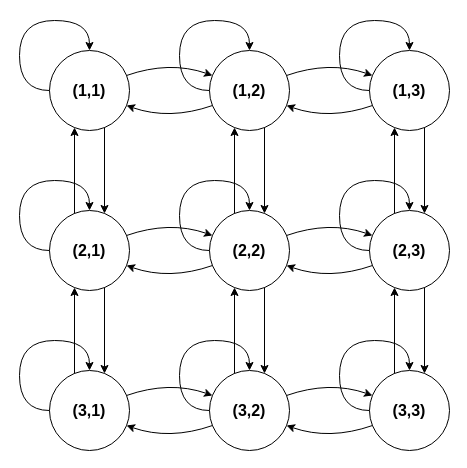
This is page "Page-1" (1 of 3) of MDP.drawio from melmirasol/Case-Problem-6.2, a draw.io file, before an edit. Source tidied: cells renumbered, new cells numbered last; positions are measured from the earlier drawing's top-left corner, leaving out a move shared by most shapes. Both pictures are drawn from the tidied source at 100%, with x=0, y=0 at pixel (19, 20).
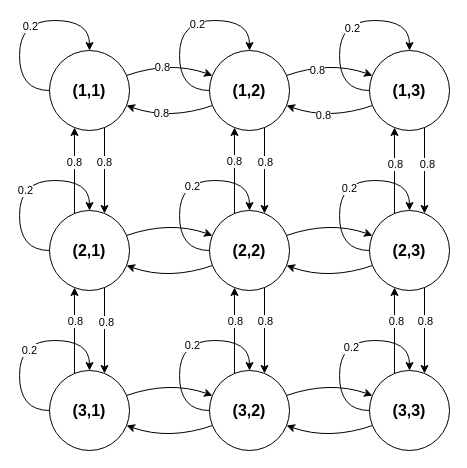
After the change.

Unchanged cells that the change refers to:
```xml
<mxCell id="5" style="endArrow=classic;html=1;rounded=0;curved=1;exitX=0.9625;exitY=0.3125;exitDx=0;exitDy=0;exitPerimeter=0;entryX=0.0375;entryY=0.3125;entryDx=0;entryDy=0;entryPerimeter=0;" parent="1" edge="1" source="2" target="3">
  <mxGeometry relative="1" as="geometry">
    <Array as="points">
      <mxPoint x="150" y="40" />
    </Array>
  </mxGeometry>
</mxCell>
<mxCell id="6" style="endArrow=classic;html=1;rounded=0;curved=1;entryX=0.9625;entryY=0.6875;entryDx=0;entryDy=0;entryPerimeter=0;exitX=0.0375;exitY=0.6875;exitDx=0;exitDy=0;exitPerimeter=0;" parent="1" edge="1" source="3" target="2">
  <mxGeometry relative="1" as="geometry">
    <Array as="points">
      <mxPoint x="150" y="100" />
    </Array>
  </mxGeometry>
</mxCell>
<mxCell id="7" style="endArrow=classic;html=1;rounded=0;curved=1;exitX=0.9625;exitY=0.3125;exitDx=0;exitDy=0;exitPerimeter=0;entryX=0.0375;entryY=0.3125;entryDx=0;entryDy=0;entryPerimeter=0;" parent="1" edge="1" source="3" target="4">
  <mxGeometry relative="1" as="geometry">
    <Array as="points">
      <mxPoint x="310" y="40" />
    </Array>
  </mxGeometry>
</mxCell>
<mxCell id="8" style="endArrow=classic;html=1;rounded=0;curved=1;entryX=0.9625;entryY=0.6875;entryDx=0;entryDy=0;entryPerimeter=0;exitX=0.0375;exitY=0.6875;exitDx=0;exitDy=0;exitPerimeter=0;" parent="1" edge="1" source="4" target="3">
  <mxGeometry relative="1" as="geometry">
    <Array as="points">
      <mxPoint x="310" y="100" />
    </Array>
  </mxGeometry>
</mxCell>
<mxCell id="16" style="endArrow=classic;html=1;rounded=0;entryX=0.3125;entryY=0.9625;entryDx=0;entryDy=0;entryPerimeter=0;exitX=0.3125;exitY=0.0375;exitDx=0;exitDy=0;exitPerimeter=0;" parent="1" edge="1" source="10" target="3">
  <mxGeometry relative="1" as="geometry" />
</mxCell>
<mxCell id="17" style="endArrow=classic;html=1;rounded=0;entryX=0.6875;entryY=0.0375;entryDx=0;entryDy=0;entryPerimeter=0;exitX=0.6875;exitY=0.9625;exitDx=0;exitDy=0;exitPerimeter=0;" parent="1" edge="1" source="3" target="10">
  <mxGeometry relative="1" as="geometry" />
</mxCell>
<mxCell id="18" style="endArrow=classic;html=1;rounded=0;entryX=0.3125;entryY=0.9625;entryDx=0;entryDy=0;entryPerimeter=0;exitX=0.3125;exitY=0.0375;exitDx=0;exitDy=0;exitPerimeter=0;" parent="1" edge="1" source="9" target="2">
  <mxGeometry relative="1" as="geometry" />
</mxCell>
<mxCell id="19" style="endArrow=classic;html=1;rounded=0;entryX=0.6875;entryY=0.0375;entryDx=0;entryDy=0;entryPerimeter=0;exitX=0.6875;exitY=0.9625;exitDx=0;exitDy=0;exitPerimeter=0;" parent="1" edge="1" source="2" target="9">
  <mxGeometry relative="1" as="geometry" />
</mxCell>
<mxCell id="20" style="endArrow=classic;html=1;rounded=0;entryX=0.3125;entryY=0.9625;entryDx=0;entryDy=0;entryPerimeter=0;exitX=0.3125;exitY=0.0375;exitDx=0;exitDy=0;exitPerimeter=0;" parent="1" edge="1" source="11" target="4">
  <mxGeometry relative="1" as="geometry" />
</mxCell>
<mxCell id="21" style="endArrow=classic;html=1;rounded=0;entryX=0.6875;entryY=0.0375;entryDx=0;entryDy=0;entryPerimeter=0;exitX=0.6875;exitY=0.9625;exitDx=0;exitDy=0;exitPerimeter=0;" parent="1" edge="1" source="4" target="11">
  <mxGeometry relative="1" as="geometry" />
</mxCell>
<mxCell id="29" style="endArrow=classic;html=1;rounded=0;entryX=0.3125;entryY=0.9625;entryDx=0;entryDy=0;entryPerimeter=0;exitX=0.3125;exitY=0.0375;exitDx=0;exitDy=0;exitPerimeter=0;" parent="1" edge="1" source="23" target="10">
  <mxGeometry relative="1" as="geometry" />
</mxCell>
<mxCell id="30" style="endArrow=classic;html=1;rounded=0;entryX=0.6875;entryY=0.0375;entryDx=0;entryDy=0;entryPerimeter=0;exitX=0.6875;exitY=0.9625;exitDx=0;exitDy=0;exitPerimeter=0;" parent="1" edge="1" source="10" target="23">
  <mxGeometry relative="1" as="geometry" />
</mxCell>
<mxCell id="31" style="endArrow=classic;html=1;rounded=0;entryX=0.3125;entryY=0.9625;entryDx=0;entryDy=0;entryPerimeter=0;exitX=0.3125;exitY=0.0375;exitDx=0;exitDy=0;exitPerimeter=0;" parent="1" edge="1" source="22" target="9">
  <mxGeometry relative="1" as="geometry" />
</mxCell>
<mxCell id="32" style="endArrow=classic;html=1;rounded=0;entryX=0.6875;entryY=0.0375;entryDx=0;entryDy=0;entryPerimeter=0;exitX=0.6875;exitY=0.9625;exitDx=0;exitDy=0;exitPerimeter=0;" parent="1" edge="1" source="9" target="22">
  <mxGeometry relative="1" as="geometry" />
</mxCell>
<mxCell id="33" style="endArrow=classic;html=1;rounded=0;entryX=0.3125;entryY=0.9625;entryDx=0;entryDy=0;entryPerimeter=0;exitX=0.3125;exitY=0.0375;exitDx=0;exitDy=0;exitPerimeter=0;" parent="1" edge="1" source="24" target="11">
  <mxGeometry relative="1" as="geometry" />
</mxCell>
<mxCell id="34" style="endArrow=classic;html=1;rounded=0;entryX=0.6875;entryY=0.0375;entryDx=0;entryDy=0;entryPerimeter=0;exitX=0.6875;exitY=0.9625;exitDx=0;exitDy=0;exitPerimeter=0;" parent="1" edge="1" source="11" target="24">
  <mxGeometry relative="1" as="geometry" />
</mxCell>
<mxCell id="35" style="endArrow=classic;html=1;rounded=0;exitX=0;exitY=0.5;exitDx=0;exitDy=0;exitPerimeter=0;entryX=0.5;entryY=0;entryDx=0;entryDy=0;entryPerimeter=0;curved=1;edgeStyle=orthogonalEdgeStyle;innerLoopWaypoints=1;" parent="1" edge="1" source="2" target="2">
  <mxGeometry relative="1" as="geometry">
    <Array as="points">
      <mxPoint y="70" />
      <mxPoint />
      <mxPoint x="70" />
    </Array>
  </mxGeometry>
</mxCell>
<mxCell id="36" style="endArrow=classic;html=1;rounded=0;exitX=0;exitY=0.5;exitDx=0;exitDy=0;exitPerimeter=0;entryX=0.5;entryY=0;entryDx=0;entryDy=0;entryPerimeter=0;curved=1;edgeStyle=orthogonalEdgeStyle;innerLoopWaypoints=1;" parent="1" edge="1" source="3" target="3">
  <mxGeometry relative="1" as="geometry">
    <Array as="points">
      <mxPoint x="160" y="70" />
      <mxPoint x="160" />
      <mxPoint x="230" />
    </Array>
  </mxGeometry>
</mxCell>
<mxCell id="37" style="endArrow=classic;html=1;rounded=0;exitX=0;exitY=0.5;exitDx=0;exitDy=0;exitPerimeter=0;entryX=0.5;entryY=0;entryDx=0;entryDy=0;entryPerimeter=0;curved=1;edgeStyle=orthogonalEdgeStyle;innerLoopWaypoints=1;" parent="1" edge="1" source="4" target="4">
  <mxGeometry relative="1" as="geometry">
    <Array as="points">
      <mxPoint x="320" y="70" />
      <mxPoint x="320" />
      <mxPoint x="390" />
    </Array>
  </mxGeometry>
</mxCell>
<mxCell id="38" style="endArrow=classic;html=1;rounded=0;exitX=0;exitY=0.5;exitDx=0;exitDy=0;exitPerimeter=0;entryX=0.5;entryY=0;entryDx=0;entryDy=0;entryPerimeter=0;curved=1;edgeStyle=orthogonalEdgeStyle;innerLoopWaypoints=1;" parent="1" edge="1" source="11" target="11">
  <mxGeometry relative="1" as="geometry">
    <Array as="points">
      <mxPoint x="320" y="230" />
      <mxPoint x="320" y="160" />
      <mxPoint x="390" y="160" />
    </Array>
  </mxGeometry>
</mxCell>
<mxCell id="39" style="endArrow=classic;html=1;rounded=0;exitX=0;exitY=0.5;exitDx=0;exitDy=0;exitPerimeter=0;entryX=0.5;entryY=0;entryDx=0;entryDy=0;entryPerimeter=0;curved=1;edgeStyle=orthogonalEdgeStyle;innerLoopWaypoints=1;" parent="1" edge="1" source="10" target="10">
  <mxGeometry relative="1" as="geometry">
    <Array as="points">
      <mxPoint x="160" y="230" />
      <mxPoint x="160" y="160" />
      <mxPoint x="230" y="160" />
    </Array>
  </mxGeometry>
</mxCell>
<mxCell id="40" style="endArrow=classic;html=1;rounded=0;exitX=0;exitY=0.5;exitDx=0;exitDy=0;exitPerimeter=0;entryX=0.5;entryY=0;entryDx=0;entryDy=0;entryPerimeter=0;curved=1;edgeStyle=orthogonalEdgeStyle;innerLoopWaypoints=1;" parent="1" edge="1" source="9" target="9">
  <mxGeometry relative="1" as="geometry">
    <Array as="points">
      <mxPoint y="230" />
      <mxPoint y="160" />
      <mxPoint x="70" y="160" />
    </Array>
  </mxGeometry>
</mxCell>
<mxCell id="41" style="endArrow=classic;html=1;rounded=0;exitX=0;exitY=0.5;exitDx=0;exitDy=0;exitPerimeter=0;entryX=0.5;entryY=0;entryDx=0;entryDy=0;entryPerimeter=0;curved=1;edgeStyle=orthogonalEdgeStyle;innerLoopWaypoints=1;" parent="1" edge="1" source="22" target="22">
  <mxGeometry relative="1" as="geometry">
    <Array as="points">
      <mxPoint y="390" />
      <mxPoint y="320" />
      <mxPoint x="70" y="320" />
    </Array>
  </mxGeometry>
</mxCell>
<mxCell id="42" style="endArrow=classic;html=1;rounded=0;exitX=0;exitY=0.5;exitDx=0;exitDy=0;exitPerimeter=0;entryX=0.5;entryY=0;entryDx=0;entryDy=0;entryPerimeter=0;curved=1;edgeStyle=orthogonalEdgeStyle;innerLoopWaypoints=1;" parent="1" edge="1" target="23">
  <mxGeometry relative="1" as="geometry">
    <mxPoint x="190" y="390" as="sourcePoint" />
    <Array as="points">
      <mxPoint x="160" y="390" />
      <mxPoint x="160" y="320" />
      <mxPoint x="230" y="320" />
    </Array>
  </mxGeometry>
</mxCell>
<mxCell id="43" style="endArrow=classic;html=1;rounded=0;exitX=0;exitY=0.5;exitDx=0;exitDy=0;exitPerimeter=0;curved=1;edgeStyle=orthogonalEdgeStyle;innerLoopWaypoints=1;" parent="1" edge="1">
  <mxGeometry relative="1" as="geometry">
    <mxPoint x="350" y="390" as="sourcePoint" />
    <mxPoint x="390" y="350" as="targetPoint" />
    <Array as="points">
      <mxPoint x="320" y="390" />
      <mxPoint x="320" y="320" />
      <mxPoint x="390" y="320" />
    </Array>
  </mxGeometry>
</mxCell>
```

What changed in the source:
```diff
@@
+    <mxCell id="44" value="0.8" style="edgeLabel;html=1;align=center;verticalAlign=middle;" parent="5" vertex="1">
+      <mxGeometry x="-0.2" y="-4" relative="1" as="geometry" />
+    </mxCell>
@@
+    <mxCell id="45" value="0.8" style="edgeLabel;html=1;align=center;verticalAlign=middle;" parent="6" vertex="1">
+      <mxGeometry x="0.24" y="-4" relative="1" as="geometry" />
+    </mxCell>
@@
+    <mxCell id="46" value="0.8" style="edgeLabel;html=1;align=center;verticalAlign=middle;" parent="7" vertex="1">
+      <mxGeometry x="-0.33" y="-5" relative="1" as="geometry" />
+    </mxCell>
@@
+    <mxCell id="47" value="0.8" style="edgeLabel;html=1;align=center;verticalAlign=middle;" parent="8" vertex="1">
+      <mxGeometry x="0.18" y="-3" relative="1" as="geometry" />
+    </mxCell>
@@
+    <mxCell id="48" value="0.8" style="edgeLabel;html=1;align=center;verticalAlign=middle;" parent="16" vertex="1">
+      <mxGeometry x="0.12" y="1" relative="1" as="geometry">
+        <mxPoint y="-5" as="offset" />
+      </mxGeometry>
+    </mxCell>
@@
+    <mxCell id="49" value="0.8" style="edgeLabel;html=1;align=center;verticalAlign=middle;" parent="17" vertex="1">
+      <mxGeometry x="-0.2" relative="1" as="geometry" />
+    </mxCell>
@@
+    <mxCell id="50" value="0.8" style="edgeLabel;html=1;align=center;verticalAlign=middle;" parent="18" vertex="1">
+      <mxGeometry x="0.2" y="1" relative="1" as="geometry" />
+    </mxCell>
@@
+    <mxCell id="51" value="0.8" style="edgeLabel;html=1;align=center;verticalAlign=middle;" parent="19" vertex="1">
+      <mxGeometry x="-0.21" y="-1" relative="1" as="geometry" />
+    </mxCell>
@@
+    <mxCell id="52" value="0.8" style="edgeLabel;html=1;align=center;verticalAlign=middle;" parent="20" vertex="1">
+      <mxGeometry x="0.16" relative="1" as="geometry" />
+    </mxCell>
@@
+    <mxCell id="53" value="0.8" style="edgeLabel;html=1;align=center;verticalAlign=middle;" parent="21" vertex="1">
+      <mxGeometry x="-0.16" y="2" relative="1" as="geometry" />
+    </mxCell>
@@
+    <mxCell id="54" value="0.8" style="edgeLabel;html=1;align=center;verticalAlign=middle;" parent="29" vertex="1">
+      <mxGeometry x="0.24" relative="1" as="geometry" />
+    </mxCell>
@@
+    <mxCell id="55" value="0.8" style="edgeLabel;html=1;align=center;verticalAlign=middle;" parent="30" vertex="1">
+      <mxGeometry x="-0.23" relative="1" as="geometry" />
+    </mxCell>
@@
+    <mxCell id="56" value="0.8" style="edgeLabel;html=1;align=center;verticalAlign=middle;" parent="31" vertex="1">
+      <mxGeometry x="0.23" relative="1" as="geometry" />
+    </mxCell>
@@
+    <mxCell id="57" value="0.8" style="edgeLabel;html=1;align=center;verticalAlign=middle;" parent="32" vertex="1">
+      <mxGeometry x="-0.2" y="1" relative="1" as="geometry" />
+    </mxCell>
@@
+    <mxCell id="58" value="0.8" style="edgeLabel;html=1;align=center;verticalAlign=middle;" parent="33" vertex="1">
+      <mxGeometry x="0.23" y="-1" relative="1" as="geometry" />
+    </mxCell>
@@
+    <mxCell id="59" value="0.8" style="edgeLabel;html=1;align=center;verticalAlign=middle;" parent="34" vertex="1">
+      <mxGeometry x="-0.23" relative="1" as="geometry" />
+    </mxCell>
@@
+    <mxCell id="60" value="0.2" style="edgeLabel;html=1;align=center;verticalAlign=middle;" parent="35" vertex="1">
+      <mxGeometry x="0.1" y="-5" relative="1" as="geometry" />
+    </mxCell>
@@
+    <mxCell id="61" value="0.2" style="edgeLabel;html=1;align=center;verticalAlign=middle;" parent="36" vertex="1">
+      <mxGeometry x="0.17" y="-3" relative="1" as="geometry" />
+    </mxCell>
@@
+    <mxCell id="62" value="0.2" style="edgeLabel;html=1;align=center;verticalAlign=middle;" parent="37" vertex="1">
+      <mxGeometry x="0.12" y="-7" relative="1" as="geometry" />
+    </mxCell>
@@
+    <mxCell id="63" value="0.2" style="edgeLabel;html=1;align=center;verticalAlign=middle;" parent="38" vertex="1">
+      <mxGeometry x="0.09" y="-7" relative="1" as="geometry" />
+    </mxCell>
@@
+    <mxCell id="64" value="0.2" style="edgeLabel;html=1;align=center;verticalAlign=middle;" parent="39" vertex="1">
+      <mxGeometry x="0.12" y="-5" relative="1" as="geometry" />
+    </mxCell>
@@
+    <mxCell id="65" value="0.2" style="edgeLabel;html=1;align=center;verticalAlign=middle;" parent="40" vertex="1">
+      <mxGeometry x="-0.09" y="-5" relative="1" as="geometry" />
+    </mxCell>
@@
+    <mxCell id="66" value="0.2" style="edgeLabel;html=1;align=center;verticalAlign=middle;" parent="41" vertex="1">
+      <mxGeometry x="-0.09" y="-9" relative="1" as="geometry" />
+    </mxCell>
@@
+    <mxCell id="67" value="0.2" style="edgeLabel;html=1;align=center;verticalAlign=middle;" parent="42" vertex="1">
+      <mxGeometry x="0.12" y="-4" relative="1" as="geometry" />
+    </mxCell>
@@
+    <mxCell id="68" value="0.2" style="edgeLabel;html=1;align=center;verticalAlign=middle;" parent="43" vertex="1">
+      <mxGeometry x="0.11" y="-6" relative="1" as="geometry" />
+    </mxCell>
```
